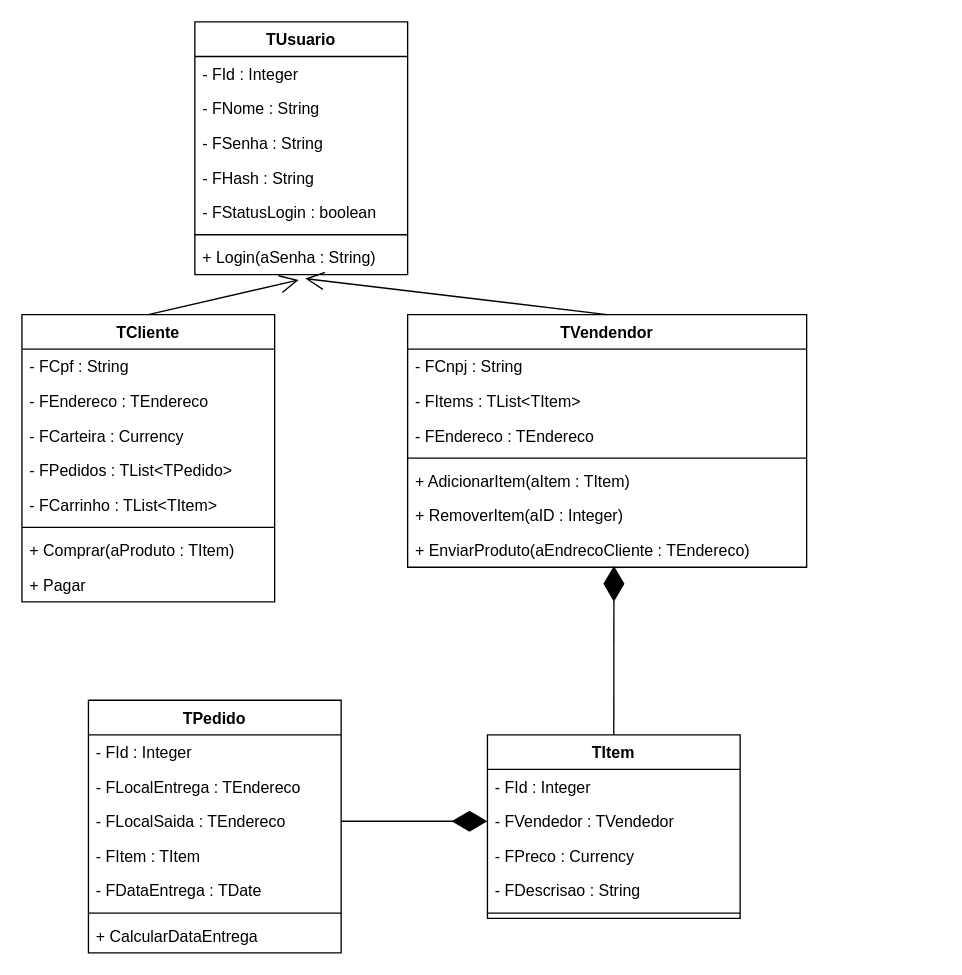
Above: proj.drawio in VictorGabrielZampieri/Delphi_2_Blu2022 (draw.io), before the change. Source tidied: cells renumbered, new cells numbered last; positions are measured from the earlier drawing's top-left corner, leaving out a move shared by most shapes. Both pictures are drawn from the tidied source at 133%, with x=0, y=0 at pixel (21, 21).
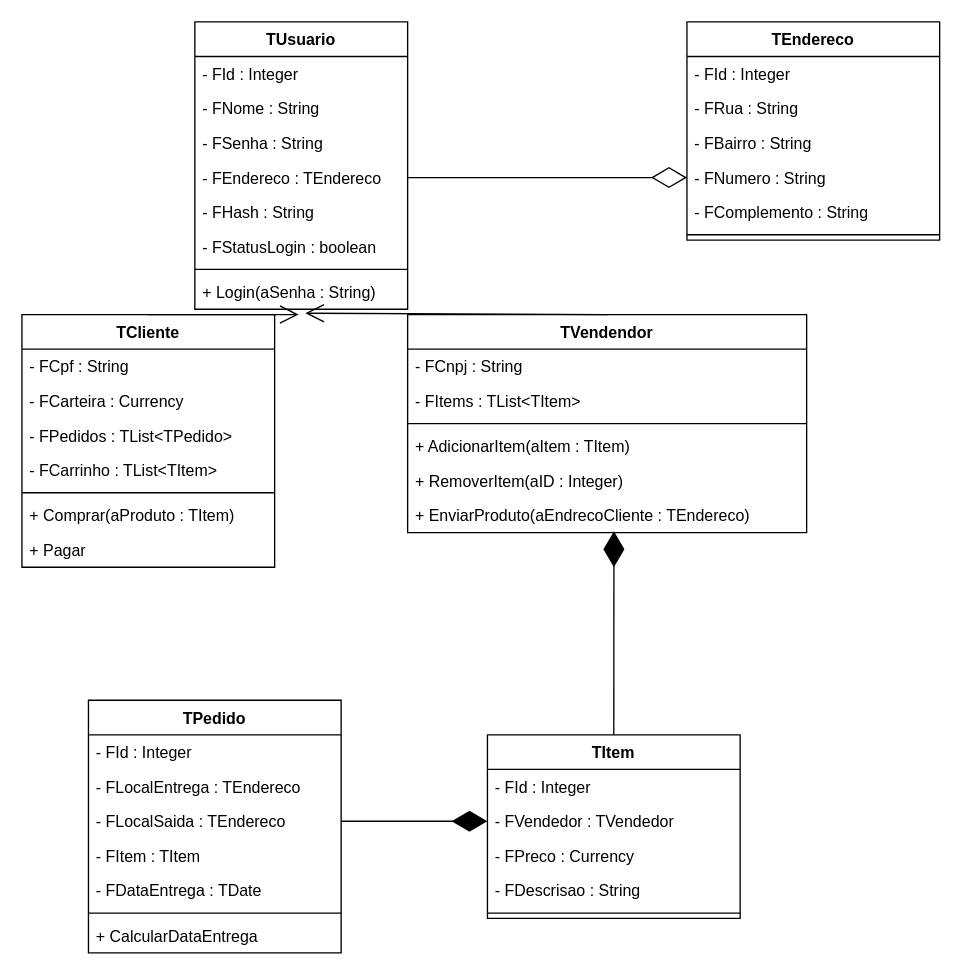
The same page after the edit.

The edit, as a diff of the source:
```diff
@@
     <mxCell id="2" value="TUsuario" style="swimlane;fontStyle=1;align=center;verticalAlign=top;horizontal=1;startSize=26;" parent="1" vertex="1">
-      <mxGeometry x="130" width="160" height="190" as="geometry" />
+      <mxGeometry x="130" width="160" height="216" as="geometry" />
     </mxCell>
@@
+    <mxCell id="45" value="- FEndereco : TEndereco" style="text;strokeColor=none;fillColor=none;align=left;verticalAlign=top;spacingLeft=4;spacingRight=4;overflow=hidden;points=[[0,0.5],[1,0.5]];portConstraint=eastwest;" parent="2" vertex="1">
+      <mxGeometry y="104" width="160" height="26" as="geometry" />
+    </mxCell>
     <mxCell id="6" value="- FHash : String" style="text;strokeColor=none;fillColor=none;align=left;verticalAlign=top;spacingLeft=4;spacingRight=4;overflow=hidden;" parent="2" vertex="1">
-      <mxGeometry y="104" width="160" height="26" as="geometry" />
+      <mxGeometry y="130" width="160" height="26" as="geometry" />
     </mxCell>
     <mxCell id="7" value="- FStatusLogin : boolean" style="text;strokeColor=none;fillColor=none;align=left;verticalAlign=top;spacingLeft=4;spacingRight=4;overflow=hidden;" parent="2" vertex="1">
-      <mxGeometry y="130" width="160" height="26" as="geometry" />
+      <mxGeometry y="156" width="160" height="26" as="geometry" />
     </mxCell>
     <mxCell id="8" style="line;strokeWidth=1;fillColor=none;align=left;verticalAlign=middle;spacingTop=-1;spacingLeft=3;spacingRight=3;labelPosition=right;strokeColor=inherit;" parent="2" vertex="1">
-      <mxGeometry y="156" width="160" height="8" as="geometry" />
+      <mxGeometry y="182" width="160" height="8" as="geometry" />
     </mxCell>
     <mxCell id="9" value="+ Login(aSenha : String)" style="text;strokeColor=none;fillColor=none;align=left;verticalAlign=top;spacingLeft=4;spacingRight=4;overflow=hidden;points=[[0,0.5],[1,0.5]];portConstraint=eastwest;" parent="2" vertex="1">
-      <mxGeometry y="164" width="160" height="26" as="geometry" />
+      <mxGeometry y="190" width="160" height="26" as="geometry" />
     </mxCell>
     <mxCell id="10" value="TCliente" style="swimlane;fontStyle=1;align=center;verticalAlign=top;horizontal=1;startSize=26;" parent="1" vertex="1">
-      <mxGeometry y="220" width="190" height="216" as="geometry" />
+      <mxGeometry y="220" width="190" height="190" as="geometry" />
     </mxCell>
@@
-    <mxCell id="12" value="- FEndereco : TEndereco" style="text;strokeColor=none;fillColor=none;align=left;verticalAlign=top;spacingLeft=4;spacingRight=4;overflow=hidden;" parent="10" vertex="1">
-      <mxGeometry y="52" width="190" height="26" as="geometry" />
-    </mxCell>
     <mxCell id="13" value="- FCarteira : Currency" style="text;strokeColor=none;fillColor=none;align=left;verticalAlign=top;spacingLeft=4;spacingRight=4;overflow=hidden;" parent="10" vertex="1">
-      <mxGeometry y="78" width="190" height="26" as="geometry" />
+      <mxGeometry y="52" width="190" height="26" as="geometry" />
     </mxCell>
     <mxCell id="14" value="- FPedidos : TList&lt;TPedido&gt;" style="text;strokeColor=none;fillColor=none;align=left;verticalAlign=top;spacingLeft=4;spacingRight=4;overflow=hidden;" parent="10" vertex="1">
-      <mxGeometry y="104" width="190" height="26" as="geometry" />
+      <mxGeometry y="78" width="190" height="26" as="geometry" />
     </mxCell>
     <mxCell id="15" value="- FCarrinho : TList&lt;TItem&gt;" style="text;strokeColor=none;fillColor=none;align=left;verticalAlign=top;spacingLeft=4;spacingRight=4;overflow=hidden;" parent="10" vertex="1">
-      <mxGeometry y="130" width="190" height="26" as="geometry" />
+      <mxGeometry y="104" width="190" height="26" as="geometry" />
     </mxCell>
     <mxCell id="16" style="line;strokeWidth=1;fillColor=none;align=left;verticalAlign=middle;spacingTop=-1;spacingLeft=3;spacingRight=3;labelPosition=right;strokeColor=inherit;" parent="10" vertex="1">
-      <mxGeometry y="156" width="190" height="8" as="geometry" />
+      <mxGeometry y="130" width="190" height="8" as="geometry" />
     </mxCell>
     <mxCell id="17" value="+ Comprar(aProduto : TItem)" style="text;strokeColor=none;fillColor=none;align=left;verticalAlign=top;spacingLeft=4;spacingRight=4;overflow=hidden;" parent="10" vertex="1">
-      <mxGeometry y="164" width="190" height="26" as="geometry" />
+      <mxGeometry y="138" width="190" height="26" as="geometry" />
     </mxCell>
     <mxCell id="18" value="+ Pagar" style="text;strokeColor=none;fillColor=none;align=left;verticalAlign=top;spacingLeft=4;spacingRight=4;overflow=hidden;" parent="10" vertex="1">
-      <mxGeometry y="190" width="190" height="26" as="geometry" />
+      <mxGeometry y="164" width="190" height="26" as="geometry" />
     </mxCell>
     <mxCell id="19" value="TVendendor" style="swimlane;fontStyle=1;align=center;verticalAlign=top;horizontal=1;startSize=26;" parent="1" vertex="1">
-      <mxGeometry x="290" y="220" width="300" height="190" as="geometry" />
+      <mxGeometry x="290" y="220" width="300" height="164" as="geometry" />
     </mxCell>
@@
-    <mxCell id="22" value="- FEndereco : TEndereco" style="text;strokeColor=none;fillColor=none;align=left;verticalAlign=top;spacingLeft=4;spacingRight=4;overflow=hidden;" parent="19" vertex="1">
-      <mxGeometry y="78" width="300" height="26" as="geometry" />
-    </mxCell>
     <mxCell id="23" style="line;strokeWidth=1;fillColor=none;align=left;verticalAlign=middle;spacingTop=-1;spacingLeft=3;spacingRight=3;labelPosition=right;strokeColor=inherit;" parent="19" vertex="1">
-      <mxGeometry y="104" width="300" height="8" as="geometry" />
+      <mxGeometry y="78" width="300" height="8" as="geometry" />
     </mxCell>
     <mxCell id="24" value="+ AdicionarItem(aItem : TItem)" style="text;strokeColor=none;fillColor=none;align=left;verticalAlign=top;spacingLeft=4;spacingRight=4;overflow=hidden;" parent="19" vertex="1">
-      <mxGeometry y="112" width="300" height="26" as="geometry" />
+      <mxGeometry y="86" width="300" height="26" as="geometry" />
     </mxCell>
     <mxCell id="25" value="+ RemoverItem(aID : Integer)" style="text;strokeColor=none;fillColor=none;align=left;verticalAlign=top;spacingLeft=4;spacingRight=4;overflow=hidden;" parent="19" vertex="1">
-      <mxGeometry y="138" width="300" height="26" as="geometry" />
+      <mxGeometry y="112" width="300" height="26" as="geometry" />
     </mxCell>
     <mxCell id="26" value="+ EnviarProduto(aEndrecoCliente : TEndereco)" style="text;strokeColor=none;fillColor=none;align=left;verticalAlign=top;spacingLeft=4;spacingRight=4;overflow=hidden;points=[[0,0.5],[1,0.5]];portConstraint=eastwest;" parent="19" vertex="1">
-      <mxGeometry y="164" width="300" height="26" as="geometry" />
+      <mxGeometry y="138" width="300" height="26" as="geometry" />
     </mxCell>
@@
+    <mxCell id="46" value="TEndereco" style="swimlane;fontStyle=1;align=center;verticalAlign=top;horizontal=1;startSize=26;" parent="1" vertex="1">
+      <mxGeometry x="500" width="190" height="164" as="geometry" />
+    </mxCell>
+    <mxCell id="47" value="- FId : Integer" style="text;strokeColor=none;fillColor=none;align=left;verticalAlign=top;spacingLeft=4;spacingRight=4;overflow=hidden;" parent="46" vertex="1">
+      <mxGeometry y="26" width="190" height="26" as="geometry" />
+    </mxCell>
+    <mxCell id="48" value="- FRua : String" style="text;strokeColor=none;fillColor=none;align=left;verticalAlign=top;spacingLeft=4;spacingRight=4;overflow=hidden;" parent="46" vertex="1">
+      <mxGeometry y="52" width="190" height="26" as="geometry" />
+    </mxCell>
+    <mxCell id="49" value="- FBairro : String" style="text;strokeColor=none;fillColor=none;align=left;verticalAlign=top;spacingLeft=4;spacingRight=4;overflow=hidden;" parent="46" vertex="1">
+      <mxGeometry y="78" width="190" height="26" as="geometry" />
+    </mxCell>
+    <mxCell id="50" value="- FNumero : String" style="text;strokeColor=none;fillColor=none;align=left;verticalAlign=top;spacingLeft=4;spacingRight=4;overflow=hidden;points=[[0,0.5],[1,0.5]];portConstraint=eastwest;" parent="46" vertex="1">
+      <mxGeometry y="104" width="190" height="26" as="geometry" />
+    </mxCell>
+    <mxCell id="51" value="- FComplemento : String&#10;" style="text;strokeColor=none;fillColor=none;align=left;verticalAlign=top;spacingLeft=4;spacingRight=4;overflow=hidden;" parent="46" vertex="1">
+      <mxGeometry y="130" width="190" height="26" as="geometry" />
+    </mxCell>
+    <mxCell id="52" style="line;strokeWidth=1;fillColor=none;align=left;verticalAlign=middle;spacingTop=-1;spacingLeft=3;spacingRight=3;labelPosition=right;strokeColor=inherit;" parent="46" vertex="1">
+      <mxGeometry y="156" width="190" height="8" as="geometry" />
+    </mxCell>
+    <mxCell id="53" style="endArrow=diamondThin;endFill=0;endSize=24;html=1;rounded=0;entryX=0;entryY=0.5;entryDx=0;entryDy=0;exitX=1;exitY=0.5;exitDx=0;exitDy=0;" parent="1" edge="1" source="45" target="50">
+      <mxGeometry relative="1" as="geometry" />
+    </mxCell>
```
